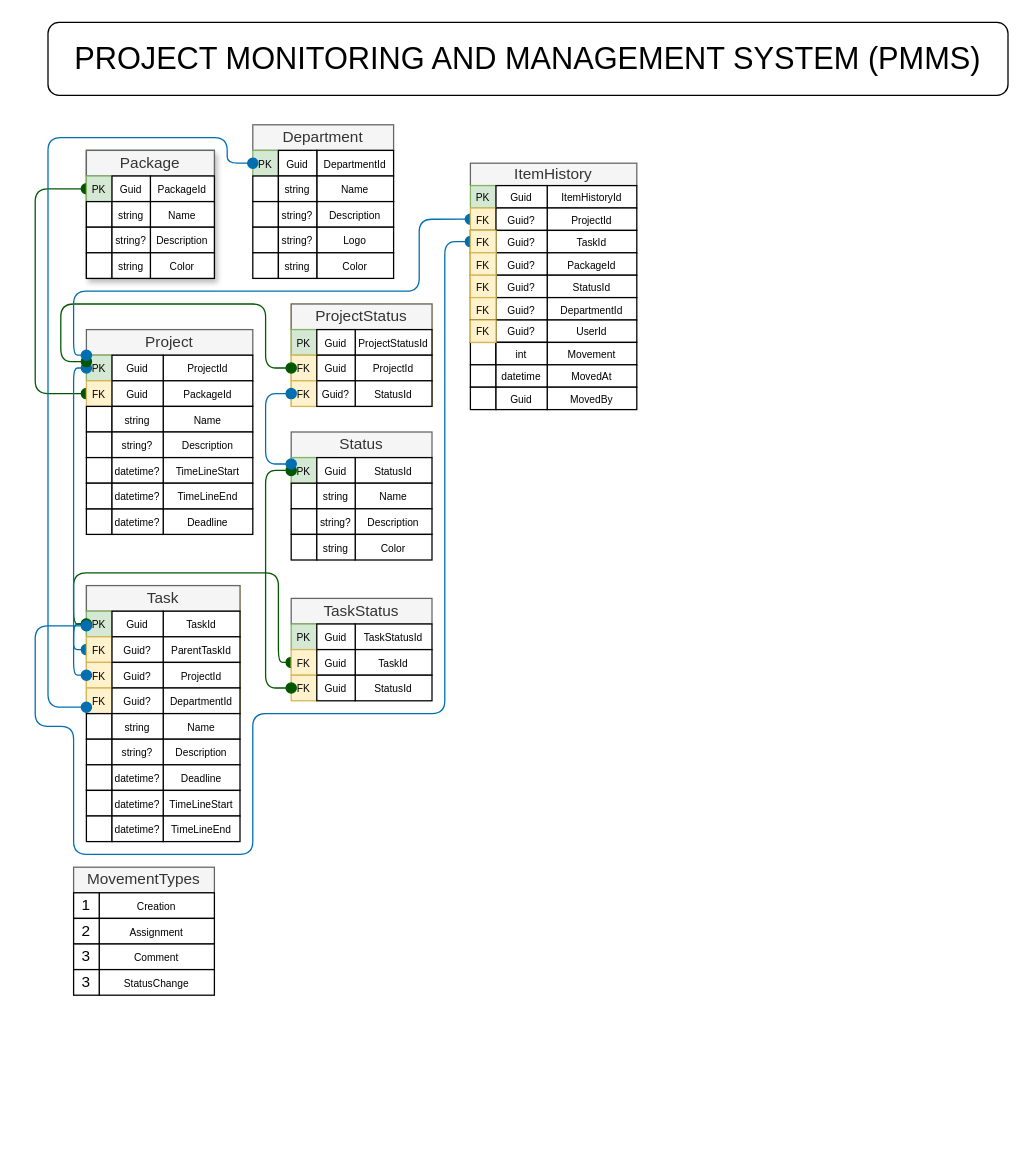
B0bUy/ProjectMonitoringSystem_Server keeps this draw.io diagram as Untitled Diagram.drawio. Above is the earlier version. Source tidied: cells renumbered, new cells numbered last; positions are measured from the earlier drawing's top-left corner, leaving out a move shared by most shapes. Both pictures are drawn from the tidied source at 128%, with x=0, y=0 at pixel (35, 22).
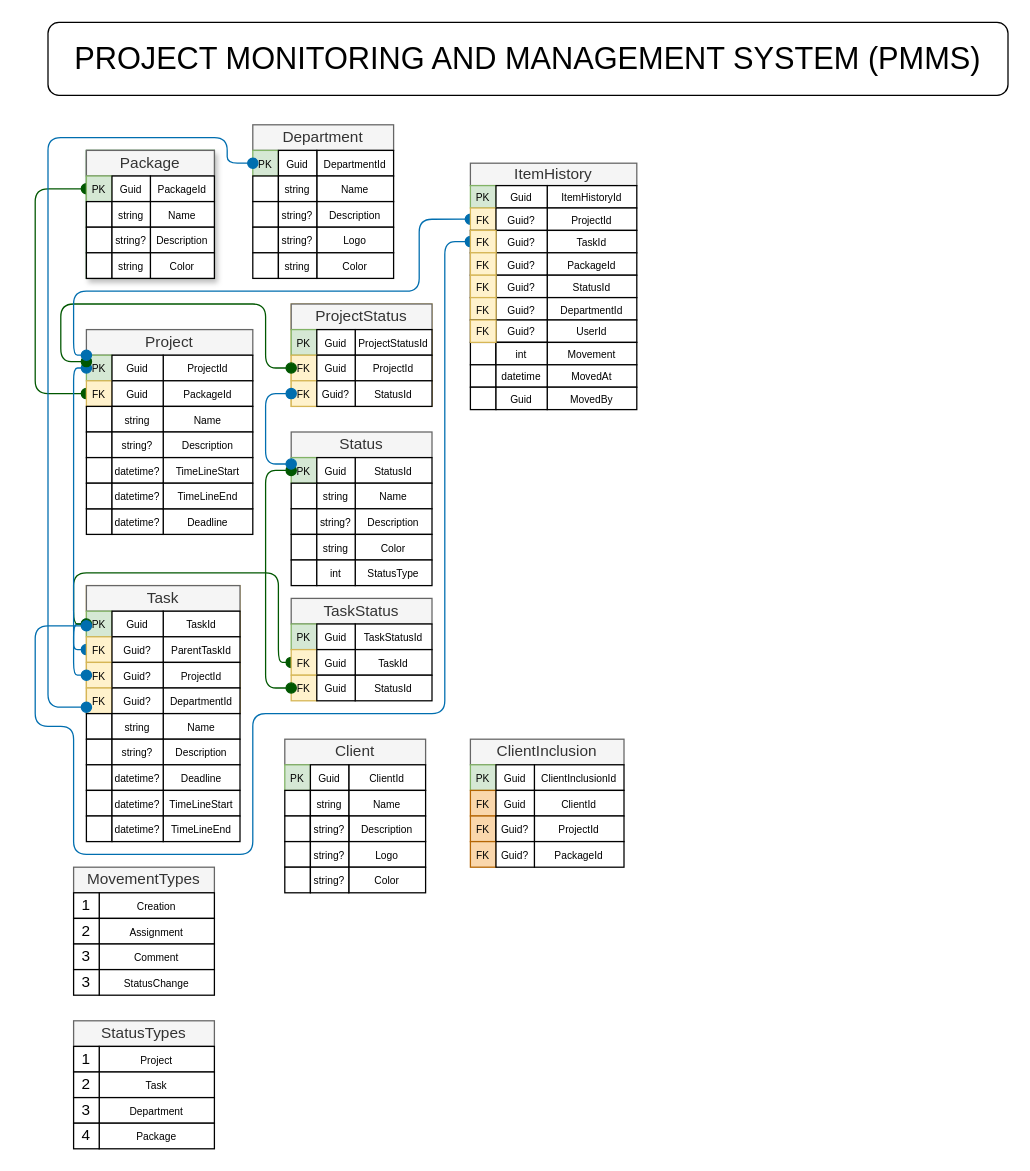
After the change.

Change to the diagram source:
```diff
@@
-    <mxCell id="159" style="group;" parent="1" vertex="1">
-      <mxGeometry x="30" y="660" width="110" height="80" as="geometry" />
-    </mxCell>
-    <mxCell id="160" value="MovementTypes" style="rounded=0;whiteSpace=wrap;html=1;fillColor=#f5f5f5;fontColor=#333333;strokeColor=#666666;" parent="159" vertex="1">
-      <mxGeometry width="110" height="20" as="geometry" />
-    </mxCell>
-    <mxCell id="161" value="&lt;font style=&quot;font-size: 8px;&quot;&gt;Creation&lt;/font&gt;" style="rounded=0;whiteSpace=wrap;html=1;" parent="159" vertex="1">
-      <mxGeometry x="20" y="20" width="90" height="20" as="geometry" />
-    </mxCell>
-    <mxCell id="162" value="1" style="rounded=0;whiteSpace=wrap;html=1;" parent="159" vertex="1">
-      <mxGeometry y="20" width="20" height="20" as="geometry" />
-    </mxCell>
-    <mxCell id="163" value="&lt;span style=&quot;font-size: 8px;&quot;&gt;Assignment&lt;/span&gt;" style="rounded=0;whiteSpace=wrap;html=1;" parent="159" vertex="1">
-      <mxGeometry x="20" y="40" width="90" height="20" as="geometry" />
-    </mxCell>
-    <mxCell id="164" value="2" style="rounded=0;whiteSpace=wrap;html=1;" parent="159" vertex="1">
-      <mxGeometry y="40" width="20" height="20" as="geometry" />
-    </mxCell>
-    <mxCell id="165" value="&lt;span style=&quot;font-size: 8px;&quot;&gt;Comment&lt;/span&gt;" style="rounded=0;whiteSpace=wrap;html=1;" parent="159" vertex="1">
-      <mxGeometry x="20" y="60" width="90" height="20" as="geometry" />
-    </mxCell>
-    <mxCell id="166" value="3" style="rounded=0;whiteSpace=wrap;html=1;" parent="159" vertex="1">
-      <mxGeometry y="60" width="20" height="20" as="geometry" />
-    </mxCell>
-    <mxCell id="167" value="&lt;span style=&quot;font-size: 8px;&quot;&gt;StatusChange&lt;/span&gt;" style="rounded=0;whiteSpace=wrap;html=1;" parent="1" vertex="1">
-      <mxGeometry x="50" y="740" width="90" height="20" as="geometry" />
-    </mxCell>
-    <mxCell id="168" value="3" style="rounded=0;whiteSpace=wrap;html=1;" parent="1" vertex="1">
-      <mxGeometry x="30" y="740" width="20" height="20" as="geometry" />
-    </mxCell>
@@
+    <mxCell id="184" value="&lt;font style=&quot;font-size: 8px;&quot;&gt;StatusType&lt;/font&gt;" style="rounded=0;whiteSpace=wrap;html=1;" parent="1" vertex="1">
+      <mxGeometry x="250" y="420" width="60" height="20" as="geometry" />
+    </mxCell>
+    <mxCell id="185" style="rounded=0;whiteSpace=wrap;html=1;" parent="1" vertex="1">
+      <mxGeometry x="200" y="420" width="20" height="20" as="geometry" />
+    </mxCell>
+    <mxCell id="186" value="&lt;font style=&quot;font-size: 8px;&quot;&gt;int&lt;/font&gt;" style="rounded=0;whiteSpace=wrap;html=1;" parent="1" vertex="1">
+      <mxGeometry x="220" y="420" width="30" height="20" as="geometry" />
+    </mxCell>
+    <mxCell id="187" style="group;" parent="1" vertex="1">
+      <mxGeometry x="30" y="660" width="110" height="100" as="geometry" />
+    </mxCell>
+    <mxCell id="159" style="group;" parent="187" vertex="1">
+      <mxGeometry width="110" height="80" as="geometry" />
+    </mxCell>
+    <mxCell id="160" value="MovementTypes" style="rounded=0;whiteSpace=wrap;html=1;fillColor=#f5f5f5;fontColor=#333333;strokeColor=#666666;" parent="159" vertex="1">
+      <mxGeometry width="110" height="20" as="geometry" />
+    </mxCell>
+    <mxCell id="161" value="&lt;font style=&quot;font-size: 8px;&quot;&gt;Creation&lt;/font&gt;" style="rounded=0;whiteSpace=wrap;html=1;" parent="159" vertex="1">
+      <mxGeometry x="20" y="20" width="90" height="20" as="geometry" />
+    </mxCell>
+    <mxCell id="162" value="1" style="rounded=0;whiteSpace=wrap;html=1;" parent="159" vertex="1">
+      <mxGeometry y="20" width="20" height="20" as="geometry" />
+    </mxCell>
+    <mxCell id="163" value="&lt;span style=&quot;font-size: 8px;&quot;&gt;Assignment&lt;/span&gt;" style="rounded=0;whiteSpace=wrap;html=1;" parent="159" vertex="1">
+      <mxGeometry x="20" y="40" width="90" height="20" as="geometry" />
+    </mxCell>
+    <mxCell id="164" value="2" style="rounded=0;whiteSpace=wrap;html=1;" parent="159" vertex="1">
+      <mxGeometry y="40" width="20" height="20" as="geometry" />
+    </mxCell>
+    <mxCell id="165" value="&lt;span style=&quot;font-size: 8px;&quot;&gt;Comment&lt;/span&gt;" style="rounded=0;whiteSpace=wrap;html=1;" parent="159" vertex="1">
+      <mxGeometry x="20" y="60" width="90" height="20" as="geometry" />
+    </mxCell>
+    <mxCell id="166" value="3" style="rounded=0;whiteSpace=wrap;html=1;" parent="159" vertex="1">
+      <mxGeometry y="60" width="20" height="20" as="geometry" />
+    </mxCell>
+    <mxCell id="167" value="&lt;span style=&quot;font-size: 8px;&quot;&gt;StatusChange&lt;/span&gt;" style="rounded=0;whiteSpace=wrap;html=1;" parent="187" vertex="1">
+      <mxGeometry x="20" y="80" width="90" height="20" as="geometry" />
+    </mxCell>
+    <mxCell id="168" value="3" style="rounded=0;whiteSpace=wrap;html=1;" parent="187" vertex="1">
+      <mxGeometry y="80" width="20" height="20" as="geometry" />
+    </mxCell>
+    <mxCell id="188" style="group;" parent="1" vertex="1">
+      <mxGeometry x="30" y="780" width="110" height="100" as="geometry" />
+    </mxCell>
+    <mxCell id="189" style="group;" parent="188" vertex="1">
+      <mxGeometry width="110" height="80" as="geometry" />
+    </mxCell>
+    <mxCell id="190" value="StatusTypes" style="rounded=0;whiteSpace=wrap;html=1;fillColor=#f5f5f5;fontColor=#333333;strokeColor=#666666;" parent="189" vertex="1">
+      <mxGeometry width="110" height="20" as="geometry" />
+    </mxCell>
+    <mxCell id="191" value="&lt;span style=&quot;font-size: 8px;&quot;&gt;Project&lt;/span&gt;" style="rounded=0;whiteSpace=wrap;html=1;" parent="189" vertex="1">
+      <mxGeometry x="20" y="20" width="90" height="20" as="geometry" />
+    </mxCell>
+    <mxCell id="192" value="1" style="rounded=0;whiteSpace=wrap;html=1;" parent="189" vertex="1">
+      <mxGeometry y="20" width="20" height="20" as="geometry" />
+    </mxCell>
+    <mxCell id="193" value="&lt;span style=&quot;font-size: 8px;&quot;&gt;Task&lt;/span&gt;" style="rounded=0;whiteSpace=wrap;html=1;" parent="189" vertex="1">
+      <mxGeometry x="20" y="40" width="90" height="20" as="geometry" />
+    </mxCell>
+    <mxCell id="194" value="2" style="rounded=0;whiteSpace=wrap;html=1;" parent="189" vertex="1">
+      <mxGeometry y="40" width="20" height="20" as="geometry" />
+    </mxCell>
+    <mxCell id="195" value="&lt;span style=&quot;font-size: 8px;&quot;&gt;Department&lt;/span&gt;" style="rounded=0;whiteSpace=wrap;html=1;" parent="189" vertex="1">
+      <mxGeometry x="20" y="60" width="90" height="20" as="geometry" />
+    </mxCell>
+    <mxCell id="196" value="3" style="rounded=0;whiteSpace=wrap;html=1;" parent="189" vertex="1">
+      <mxGeometry y="60" width="20" height="20" as="geometry" />
+    </mxCell>
+    <mxCell id="197" value="&lt;span style=&quot;font-size: 8px;&quot;&gt;Package&lt;/span&gt;" style="rounded=0;whiteSpace=wrap;html=1;" parent="188" vertex="1">
+      <mxGeometry x="20" y="80" width="90" height="20" as="geometry" />
+    </mxCell>
+    <mxCell id="198" value="4" style="rounded=0;whiteSpace=wrap;html=1;" parent="188" vertex="1">
+      <mxGeometry y="80" width="20" height="20" as="geometry" />
+    </mxCell>
+    <mxCell id="199" style="group;" parent="1" vertex="1">
+      <mxGeometry x="195" y="560" width="110" height="120" as="geometry" />
+    </mxCell>
+    <mxCell id="200" style="group;" parent="199" vertex="1">
+      <mxGeometry width="110" height="80" as="geometry" />
+    </mxCell>
+    <mxCell id="201" value="Client" style="rounded=0;whiteSpace=wrap;html=1;fillColor=#f5f5f5;fontColor=#333333;strokeColor=#666666;" parent="200" vertex="1">
+      <mxGeometry width="110" height="20" as="geometry" />
+    </mxCell>
+    <mxCell id="202" value="&lt;font style=&quot;font-size: 8px;&quot;&gt;ClientId&lt;/font&gt;" style="rounded=0;whiteSpace=wrap;html=1;" parent="200" vertex="1">
+      <mxGeometry x="50" y="20" width="60" height="20" as="geometry" />
+    </mxCell>
+    <mxCell id="203" value="&lt;font style=&quot;font-size: 8px;&quot;&gt;PK&lt;/font&gt;" style="rounded=0;whiteSpace=wrap;html=1;fillColor=#d5e8d4;strokeColor=#82b366;" parent="200" vertex="1">
+      <mxGeometry y="20" width="20" height="20" as="geometry" />
+    </mxCell>
+    <mxCell id="204" value="&lt;font style=&quot;font-size: 8px;&quot;&gt;Guid&lt;/font&gt;" style="rounded=0;whiteSpace=wrap;html=1;" parent="200" vertex="1">
+      <mxGeometry x="20" y="20" width="30" height="20" as="geometry" />
+    </mxCell>
+    <mxCell id="205" value="&lt;span style=&quot;font-size: 8px;&quot;&gt;Name&lt;/span&gt;" style="rounded=0;whiteSpace=wrap;html=1;" parent="200" vertex="1">
+      <mxGeometry x="50" y="40" width="60" height="20" as="geometry" />
+    </mxCell>
+    <mxCell id="206" style="rounded=0;whiteSpace=wrap;html=1;" parent="200" vertex="1">
+      <mxGeometry y="40" width="20" height="20" as="geometry" />
+    </mxCell>
+    <mxCell id="207" value="&lt;span style=&quot;font-size: 8px;&quot;&gt;string&lt;/span&gt;" style="rounded=0;whiteSpace=wrap;html=1;" parent="200" vertex="1">
+      <mxGeometry x="20" y="40" width="30" height="20" as="geometry" />
+    </mxCell>
+    <mxCell id="208" value="&lt;span style=&quot;font-size: 8px;&quot;&gt;Description&lt;/span&gt;" style="rounded=0;whiteSpace=wrap;html=1;" parent="200" vertex="1">
+      <mxGeometry x="50" y="60" width="60" height="20" as="geometry" />
+    </mxCell>
+    <mxCell id="209" style="rounded=0;whiteSpace=wrap;html=1;" parent="200" vertex="1">
+      <mxGeometry y="60" width="20" height="20" as="geometry" />
+    </mxCell>
+    <mxCell id="210" style="rounded=0;whiteSpace=wrap;html=1;" parent="200" vertex="1">
+      <mxGeometry x="20" y="60" width="30" height="20" as="geometry" />
+    </mxCell>
+    <mxCell id="211" value="&lt;span style=&quot;font-size: 8px;&quot;&gt;string?&lt;/span&gt;" style="rounded=0;whiteSpace=wrap;html=1;" parent="200" vertex="1">
+      <mxGeometry x="20" y="60" width="30" height="20" as="geometry" />
+    </mxCell>
+    <mxCell id="212" value="&lt;span style=&quot;font-size: 8px;&quot;&gt;Logo&lt;/span&gt;" style="rounded=0;whiteSpace=wrap;html=1;" parent="199" vertex="1">
+      <mxGeometry x="50" y="80" width="60" height="20" as="geometry" />
+    </mxCell>
+    <mxCell id="213" style="rounded=0;whiteSpace=wrap;html=1;" parent="199" vertex="1">
+      <mxGeometry y="80" width="20" height="20" as="geometry" />
+    </mxCell>
+    <mxCell id="214" value="&lt;span style=&quot;font-size: 8px;&quot;&gt;string?&lt;/span&gt;" style="rounded=0;whiteSpace=wrap;html=1;" parent="199" vertex="1">
+      <mxGeometry x="20" y="80" width="30" height="20" as="geometry" />
+    </mxCell>
+    <mxCell id="215" value="&lt;span style=&quot;font-size: 8px;&quot;&gt;Color&lt;/span&gt;" style="rounded=0;whiteSpace=wrap;html=1;" parent="199" vertex="1">
+      <mxGeometry x="50" y="100" width="60" height="20" as="geometry" />
+    </mxCell>
+    <mxCell id="216" style="rounded=0;whiteSpace=wrap;html=1;" parent="199" vertex="1">
+      <mxGeometry y="100" width="20" height="20" as="geometry" />
+    </mxCell>
+    <mxCell id="217" value="&lt;span style=&quot;font-size: 8px;&quot;&gt;string?&lt;/span&gt;" style="rounded=0;whiteSpace=wrap;html=1;" parent="199" vertex="1">
+      <mxGeometry x="20" y="100" width="30" height="20" as="geometry" />
+    </mxCell>
+    <mxCell id="218" style="group;" parent="1" vertex="1">
+      <mxGeometry x="340" y="560" width="120" height="100" as="geometry" />
+    </mxCell>
+    <mxCell id="219" style="group;" parent="218" vertex="1">
+      <mxGeometry width="120" height="80" as="geometry" />
+    </mxCell>
+    <mxCell id="220" value="ClientInclusion" style="rounded=0;whiteSpace=wrap;html=1;fillColor=#f5f5f5;fontColor=#333333;strokeColor=#666666;" parent="219" vertex="1">
+      <mxGeometry width="120" height="20" as="geometry" />
+    </mxCell>
+    <mxCell id="221" value="&lt;font style=&quot;font-size: 8px;&quot;&gt;ClientInclusionId&lt;/font&gt;" style="rounded=0;whiteSpace=wrap;html=1;" parent="219" vertex="1">
+      <mxGeometry x="50" y="20" width="70" height="20" as="geometry" />
+    </mxCell>
+    <mxCell id="222" value="&lt;font style=&quot;font-size: 8px;&quot;&gt;PK&lt;/font&gt;" style="rounded=0;whiteSpace=wrap;html=1;fillColor=#d5e8d4;strokeColor=#82b366;" parent="219" vertex="1">
+      <mxGeometry y="20" width="20" height="20" as="geometry" />
+    </mxCell>
+    <mxCell id="223" value="&lt;font style=&quot;font-size: 8px;&quot;&gt;Guid&lt;/font&gt;" style="rounded=0;whiteSpace=wrap;html=1;" parent="219" vertex="1">
+      <mxGeometry x="20" y="20" width="30" height="20" as="geometry" />
+    </mxCell>
+    <mxCell id="224" value="&lt;span style=&quot;font-size: 8px;&quot;&gt;ClientId&lt;/span&gt;" style="rounded=0;whiteSpace=wrap;html=1;" parent="219" vertex="1">
+      <mxGeometry x="50" y="40" width="70" height="20" as="geometry" />
+    </mxCell>
+    <mxCell id="225" value="&lt;span style=&quot;font-size: 8px;&quot;&gt;FK&lt;/span&gt;" style="rounded=0;whiteSpace=wrap;html=1;fillColor=#fad7ac;strokeColor=#b46504;" parent="219" vertex="1">
+      <mxGeometry y="40" width="20" height="20" as="geometry" />
+    </mxCell>
+    <mxCell id="226" value="&lt;span style=&quot;font-size: 8px;&quot;&gt;Guid&lt;/span&gt;" style="rounded=0;whiteSpace=wrap;html=1;" parent="219" vertex="1">
+      <mxGeometry x="20" y="40" width="30" height="20" as="geometry" />
+    </mxCell>
+    <mxCell id="227" value="&lt;span style=&quot;font-size: 8px;&quot;&gt;ProjectId&lt;/span&gt;" style="rounded=0;whiteSpace=wrap;html=1;" parent="219" vertex="1">
+      <mxGeometry x="50" y="60" width="70" height="20" as="geometry" />
+    </mxCell>
+    <mxCell id="228" value="&lt;span style=&quot;font-size: 8px;&quot;&gt;FK&lt;/span&gt;" style="rounded=0;whiteSpace=wrap;html=1;fillColor=#fad7ac;strokeColor=#b46504;" parent="219" vertex="1">
+      <mxGeometry y="60" width="20" height="20" as="geometry" />
+    </mxCell>
+    <mxCell id="229" style="rounded=0;whiteSpace=wrap;html=1;" parent="219" vertex="1">
+      <mxGeometry x="20" y="60" width="30" height="20" as="geometry" />
+    </mxCell>
+    <mxCell id="230" value="&lt;span style=&quot;font-size: 8px;&quot;&gt;Guid?&lt;/span&gt;" style="rounded=0;whiteSpace=wrap;html=1;" parent="219" vertex="1">
+      <mxGeometry x="20" y="60" width="30" height="20" as="geometry" />
+    </mxCell>
+    <mxCell id="231" value="&lt;span style=&quot;font-size: 8px;&quot;&gt;PackageId&lt;/span&gt;" style="rounded=0;whiteSpace=wrap;html=1;" parent="218" vertex="1">
+      <mxGeometry x="50" y="80" width="70" height="20" as="geometry" />
+    </mxCell>
+    <mxCell id="232" value="&lt;span style=&quot;font-size: 8px;&quot;&gt;FK&lt;/span&gt;" style="rounded=0;whiteSpace=wrap;html=1;fillColor=#fad7ac;strokeColor=#b46504;" parent="218" vertex="1">
+      <mxGeometry y="80" width="20" height="20" as="geometry" />
+    </mxCell>
+    <mxCell id="233" value="&lt;span style=&quot;font-size: 8px;&quot;&gt;Guid?&lt;/span&gt;" style="rounded=0;whiteSpace=wrap;html=1;" parent="218" vertex="1">
+      <mxGeometry x="20" y="80" width="30" height="20" as="geometry" />
+    </mxCell>
```
